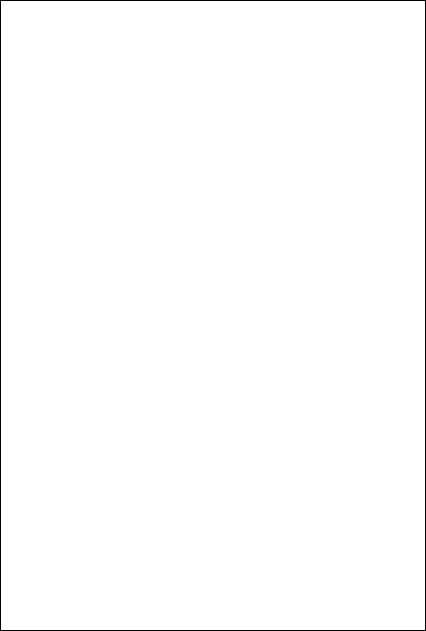
This is Use case.drawio.png from dikshyarai10/CHM, a draw.io export, as it was before one commit. Source tidied: cells renumbered, new cells last; positions are measured from the earlier drawing's top-left corner, leaving out a move shared by most shapes. Its diagram source:
```xml
<mxGraphModel>
  <root>
    <mxCell id="0" />
    <mxCell id="1" parent="0" />
    <mxCell id="2" style="rounded=0;whiteSpace=wrap;html=1;" parent="1" vertex="1">
      <mxGeometry width="425" height="630" as="geometry" />
    </mxCell>
  </root>
</mxGraphModel>
```
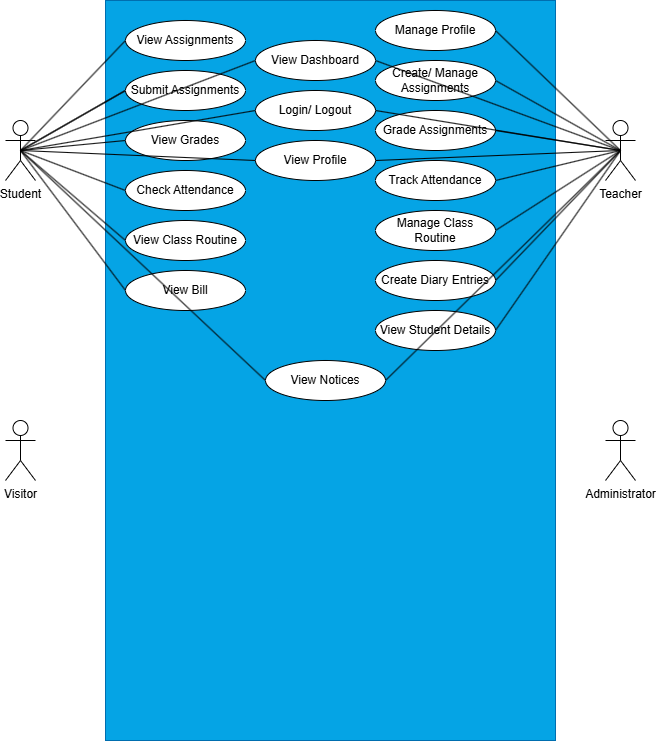
After the change.

Change to the diagram source:
```diff
@@ -2,8 +2,137 @@
   <root>
     <mxCell id="0" />
     <mxCell id="1" parent="0" />
-    <mxCell id="2" style="rounded=0;whiteSpace=wrap;html=1;" parent="1" vertex="1">
-      <mxGeometry width="425" height="630" as="geometry" />
+    <mxCell id="2" style="rounded=0;whiteSpace=wrap;html=1;fillColor=#05A4E5;strokeColor=#006EAF;fontColor=#ffffff;" parent="1" vertex="1">
+      <mxGeometry width="450" height="740" as="geometry" />
     </mxCell>
+    <mxCell id="3" value="Student" style="shape=umlActor;verticalLabelPosition=bottom;verticalAlign=top;html=1;" parent="1" vertex="1">
+      <mxGeometry x="-100" y="120" width="30" height="60" as="geometry" />
+    </mxCell>
+    <mxCell id="4" value="Visitor" style="shape=umlActor;verticalLabelPosition=bottom;verticalAlign=top;html=1;" parent="1" vertex="1">
+      <mxGeometry x="-100" y="420" width="30" height="60" as="geometry" />
+    </mxCell>
+    <mxCell id="5" value="Teacher" style="shape=umlActor;verticalLabelPosition=bottom;verticalAlign=top;html=1;" parent="1" vertex="1">
+      <mxGeometry x="500" y="120" width="30" height="60" as="geometry" />
+    </mxCell>
+    <mxCell id="6" value="Administrator" style="shape=umlActor;verticalLabelPosition=bottom;verticalAlign=top;html=1;" parent="1" vertex="1">
+      <mxGeometry x="500" y="420" width="30" height="60" as="geometry" />
+    </mxCell>
+    <mxCell id="7" value="View Dashboard" style="ellipse;whiteSpace=wrap;html=1;" parent="1" vertex="1">
+      <mxGeometry x="150" y="40" width="120" height="40" as="geometry" />
+    </mxCell>
+    <mxCell id="8" value="View Profile" style="ellipse;whiteSpace=wrap;html=1;" parent="1" vertex="1">
+      <mxGeometry x="150" y="140" width="120" height="40" as="geometry" />
+    </mxCell>
+    <mxCell id="9" value="View Grades" style="ellipse;whiteSpace=wrap;html=1;" parent="1" vertex="1">
+      <mxGeometry x="20" y="120" width="120" height="40" as="geometry" />
+    </mxCell>
+    <mxCell id="10" value="Check Attendance" style="ellipse;whiteSpace=wrap;html=1;" parent="1" vertex="1">
+      <mxGeometry x="20" y="170" width="120" height="40" as="geometry" />
+    </mxCell>
+    <mxCell id="11" value="View Class Routine" style="ellipse;whiteSpace=wrap;html=1;" parent="1" vertex="1">
+      <mxGeometry x="20" y="220" width="120" height="40" as="geometry" />
+    </mxCell>
+    <mxCell id="12" value="View Notices" style="ellipse;whiteSpace=wrap;html=1;" parent="1" vertex="1">
+      <mxGeometry x="160" y="360" width="120" height="40" as="geometry" />
+    </mxCell>
+    <mxCell id="13" value="View Bill" style="ellipse;whiteSpace=wrap;html=1;" parent="1" vertex="1">
+      <mxGeometry x="20" y="270" width="120" height="40" as="geometry" />
+    </mxCell>
+    <mxCell id="14" value="Login/ Logout" style="ellipse;whiteSpace=wrap;html=1;" parent="1" vertex="1">
+      <mxGeometry x="150" y="90" width="120" height="40" as="geometry" />
+    </mxCell>
+    <mxCell id="15" value="View Assignments" style="ellipse;whiteSpace=wrap;html=1;" parent="1" vertex="1">
+      <mxGeometry x="20" y="20" width="120" height="40" as="geometry" />
+    </mxCell>
+    <mxCell id="16" style="endArrow=none;html=1;rounded=0;exitX=0.5;exitY=0.5;exitDx=0;exitDy=0;exitPerimeter=0;entryX=0;entryY=0.5;entryDx=0;entryDy=0;" parent="1" edge="1" source="3" target="15">
+      <mxGeometry relative="1" as="geometry" />
+    </mxCell>
+    <mxCell id="17" style="endArrow=none;html=1;rounded=0;exitX=0.5;exitY=0.5;exitDx=0;exitDy=0;exitPerimeter=0;entryX=0;entryY=0.5;entryDx=0;entryDy=0;" parent="1" edge="1" source="3" target="14">
+      <mxGeometry relative="1" as="geometry" />
+    </mxCell>
+    <mxCell id="18" style="endArrow=none;html=1;rounded=0;exitX=0.5;exitY=0.5;exitDx=0;exitDy=0;exitPerimeter=0;entryX=0;entryY=0.5;entryDx=0;entryDy=0;" parent="1" edge="1" source="3" target="26">
+      <mxGeometry relative="1" as="geometry" />
+    </mxCell>
+    <mxCell id="19" style="endArrow=none;html=1;rounded=0;exitX=0.5;exitY=0.5;exitDx=0;exitDy=0;exitPerimeter=0;entryX=0;entryY=0.5;entryDx=0;entryDy=0;" parent="1" edge="1" source="3" target="8">
+      <mxGeometry relative="1" as="geometry" />
+    </mxCell>
+    <mxCell id="20" style="endArrow=none;html=1;rounded=0;exitX=0.5;exitY=0.5;exitDx=0;exitDy=0;exitPerimeter=0;entryX=0;entryY=0.5;entryDx=0;entryDy=0;" parent="1" edge="1" source="3" target="9">
+      <mxGeometry relative="1" as="geometry" />
+    </mxCell>
+    <mxCell id="21" style="endArrow=none;html=1;rounded=0;exitX=0.5;exitY=0.5;exitDx=0;exitDy=0;exitPerimeter=0;entryX=0;entryY=0.5;entryDx=0;entryDy=0;" parent="1" edge="1" source="3" target="10">
+      <mxGeometry relative="1" as="geometry" />
+    </mxCell>
+    <mxCell id="22" style="endArrow=none;html=1;rounded=0;entryX=0;entryY=0.5;entryDx=0;entryDy=0;exitX=0.5;exitY=0.5;exitDx=0;exitDy=0;exitPerimeter=0;" parent="1" edge="1" source="3" target="11">
+      <mxGeometry relative="1" as="geometry" />
+    </mxCell>
+    <mxCell id="23" style="endArrow=none;html=1;rounded=0;entryX=0;entryY=0.5;entryDx=0;entryDy=0;exitX=0.5;exitY=0.5;exitDx=0;exitDy=0;exitPerimeter=0;" parent="1" edge="1" source="3" target="12">
+      <mxGeometry relative="1" as="geometry" />
+    </mxCell>
+    <mxCell id="24" style="endArrow=none;html=1;rounded=0;exitX=0.5;exitY=0.5;exitDx=0;exitDy=0;exitPerimeter=0;entryX=0;entryY=0.5;entryDx=0;entryDy=0;" parent="1" edge="1" source="3" target="13">
+      <mxGeometry relative="1" as="geometry" />
+    </mxCell>
+    <mxCell id="25" style="endArrow=none;html=1;rounded=0;exitX=0.5;exitY=0.5;exitDx=0;exitDy=0;exitPerimeter=0;entryX=0;entryY=0.5;entryDx=0;entryDy=0;" parent="1" edge="1" source="3" target="26">
+      <mxGeometry relative="1" as="geometry" />
+    </mxCell>
+    <mxCell id="26" value="Submit Assignments" style="ellipse;whiteSpace=wrap;html=1;" parent="1" vertex="1">
+      <mxGeometry x="20" y="70" width="120" height="40" as="geometry" />
+    </mxCell>
+    <mxCell id="27" style="endArrow=none;html=1;rounded=0;entryX=0;entryY=0.5;entryDx=0;entryDy=0;exitX=0.5;exitY=0.5;exitDx=0;exitDy=0;exitPerimeter=0;" parent="1" edge="1" source="3" target="7">
+      <mxGeometry relative="1" as="geometry" />
+    </mxCell>
+    <mxCell id="28" value="Manage Profile" style="ellipse;whiteSpace=wrap;html=1;" parent="1" vertex="1">
+      <mxGeometry x="270" y="10" width="120" height="40" as="geometry" />
+    </mxCell>
+    <mxCell id="29" value="Create/ Manage Assignments" style="ellipse;whiteSpace=wrap;html=1;" parent="1" vertex="1">
+      <mxGeometry x="270" y="60" width="120" height="40" as="geometry" />
+    </mxCell>
+    <mxCell id="30" value="Grade Assignments" style="ellipse;whiteSpace=wrap;html=1;" parent="1" vertex="1">
+      <mxGeometry x="270" y="110" width="120" height="40" as="geometry" />
+    </mxCell>
+    <mxCell id="31" value="Track Attendance" style="ellipse;whiteSpace=wrap;html=1;" parent="1" vertex="1">
+      <mxGeometry x="270" y="160" width="120" height="40" as="geometry" />
+    </mxCell>
+    <mxCell id="32" value="Manage Class Routine" style="ellipse;whiteSpace=wrap;html=1;" parent="1" vertex="1">
+      <mxGeometry x="270" y="210" width="120" height="40" as="geometry" />
+    </mxCell>
+    <mxCell id="33" value="Create Diary Entries" style="ellipse;whiteSpace=wrap;html=1;" parent="1" vertex="1">
+      <mxGeometry x="270" y="260" width="120" height="40" as="geometry" />
+    </mxCell>
+    <mxCell id="34" value="View Student Details" style="ellipse;whiteSpace=wrap;html=1;" parent="1" vertex="1">
+      <mxGeometry x="270" y="310" width="120" height="40" as="geometry" />
+    </mxCell>
+    <mxCell id="35" style="endArrow=none;html=1;rounded=0;entryX=0.5;entryY=0.5;entryDx=0;entryDy=0;entryPerimeter=0;exitX=1;exitY=0.5;exitDx=0;exitDy=0;" parent="1" edge="1" source="28" target="5">
+      <mxGeometry relative="1" as="geometry" />
+    </mxCell>
+    <mxCell id="36" style="endArrow=none;html=1;rounded=0;entryX=0.5;entryY=0.5;entryDx=0;entryDy=0;entryPerimeter=0;exitX=1;exitY=0.5;exitDx=0;exitDy=0;" parent="1" edge="1" source="29" target="5">
+      <mxGeometry relative="1" as="geometry" />
+    </mxCell>
+    <mxCell id="37" style="endArrow=none;html=1;rounded=0;entryX=0.5;entryY=0.5;entryDx=0;entryDy=0;entryPerimeter=0;exitX=1;exitY=0.5;exitDx=0;exitDy=0;" parent="1" edge="1" source="30" target="5">
+      <mxGeometry relative="1" as="geometry" />
+    </mxCell>
+    <mxCell id="38" style="endArrow=none;html=1;rounded=0;exitX=1;exitY=0.5;exitDx=0;exitDy=0;entryX=0.5;entryY=0.5;entryDx=0;entryDy=0;entryPerimeter=0;" parent="1" edge="1" source="31" target="5">
+      <mxGeometry relative="1" as="geometry" />
+    </mxCell>
+    <mxCell id="39" style="endArrow=none;html=1;rounded=0;entryX=0.5;entryY=0.5;entryDx=0;entryDy=0;entryPerimeter=0;exitX=1;exitY=0.5;exitDx=0;exitDy=0;" parent="1" edge="1" source="32" target="5">
+      <mxGeometry relative="1" as="geometry" />
+    </mxCell>
+    <mxCell id="40" style="endArrow=none;html=1;rounded=0;entryX=0.5;entryY=0.5;entryDx=0;entryDy=0;entryPerimeter=0;exitX=1;exitY=0.5;exitDx=0;exitDy=0;" parent="1" edge="1" source="33" target="5">
+      <mxGeometry relative="1" as="geometry" />
+    </mxCell>
+    <mxCell id="41" style="endArrow=none;html=1;rounded=0;exitX=1;exitY=0.5;exitDx=0;exitDy=0;entryX=0.5;entryY=0.5;entryDx=0;entryDy=0;entryPerimeter=0;" parent="1" edge="1" source="34" target="5">
+      <mxGeometry relative="1" as="geometry" />
+    </mxCell>
+    <mxCell id="42" style="endArrow=none;html=1;rounded=0;entryX=0.5;entryY=0.5;entryDx=0;entryDy=0;entryPerimeter=0;exitX=1;exitY=0.5;exitDx=0;exitDy=0;" parent="1" edge="1" source="7" target="5">
+      <mxGeometry relative="1" as="geometry" />
+    </mxCell>
+    <mxCell id="43" style="endArrow=none;html=1;rounded=0;entryX=0.5;entryY=0.5;entryDx=0;entryDy=0;entryPerimeter=0;exitX=1;exitY=0.5;exitDx=0;exitDy=0;" parent="1" edge="1" source="14" target="5">
+      <mxGeometry relative="1" as="geometry" />
+    </mxCell>
+    <mxCell id="44" style="endArrow=none;html=1;rounded=0;entryX=0.5;entryY=0.5;entryDx=0;entryDy=0;entryPerimeter=0;exitX=1;exitY=0.5;exitDx=0;exitDy=0;" parent="1" edge="1" source="8" target="5">
+      <mxGeometry relative="1" as="geometry" />
+    </mxCell>
+    <mxCell id="45" style="endArrow=none;html=1;rounded=0;entryX=0.5;entryY=0.5;entryDx=0;entryDy=0;entryPerimeter=0;exitX=1;exitY=0.5;exitDx=0;exitDy=0;" parent="1" edge="1" source="12" target="5">
+      <mxGeometry relative="1" as="geometry" />
+    </mxCell>
   </root>
 </mxGraphModel>
```
